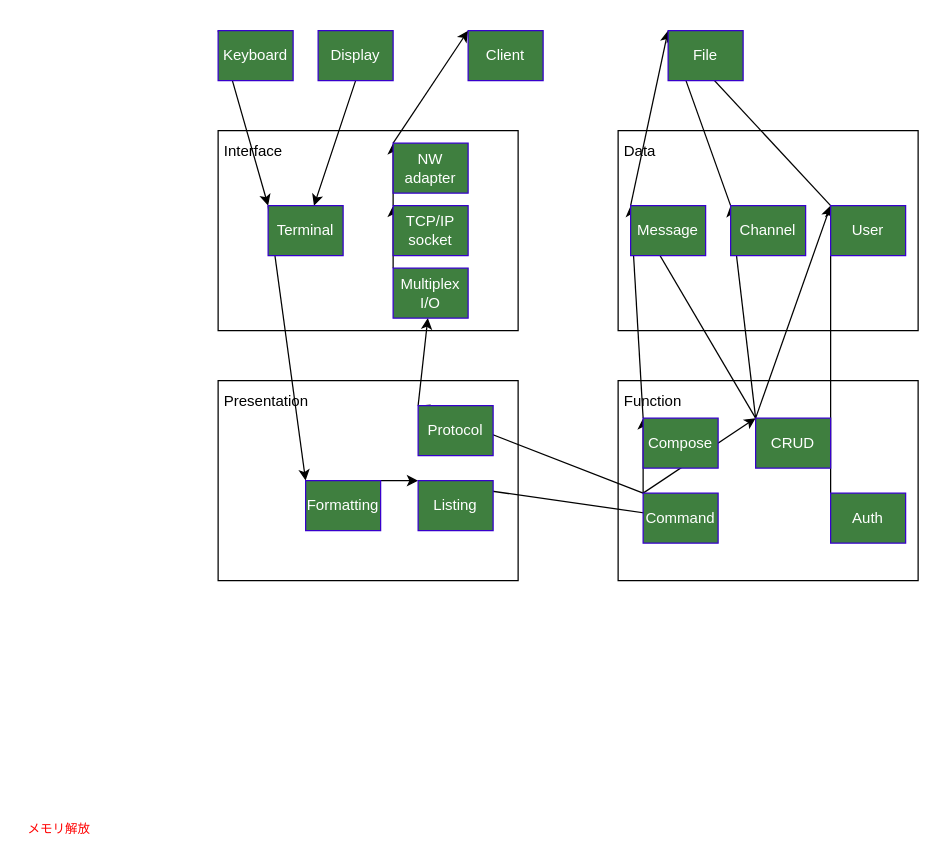
This is page "Class" (2 of 2) of irc_design.drawio from yunixuma/myIRC, a draw.io file, before an edit. Source tidied: cells renumbered, new cells numbered last; positions are measured from the earlier drawing's top-left corner, leaving out a move shared by most shapes. Both pictures are drawn from the tidied source at 125%, with x=0, y=0 at pixel (21, 30).
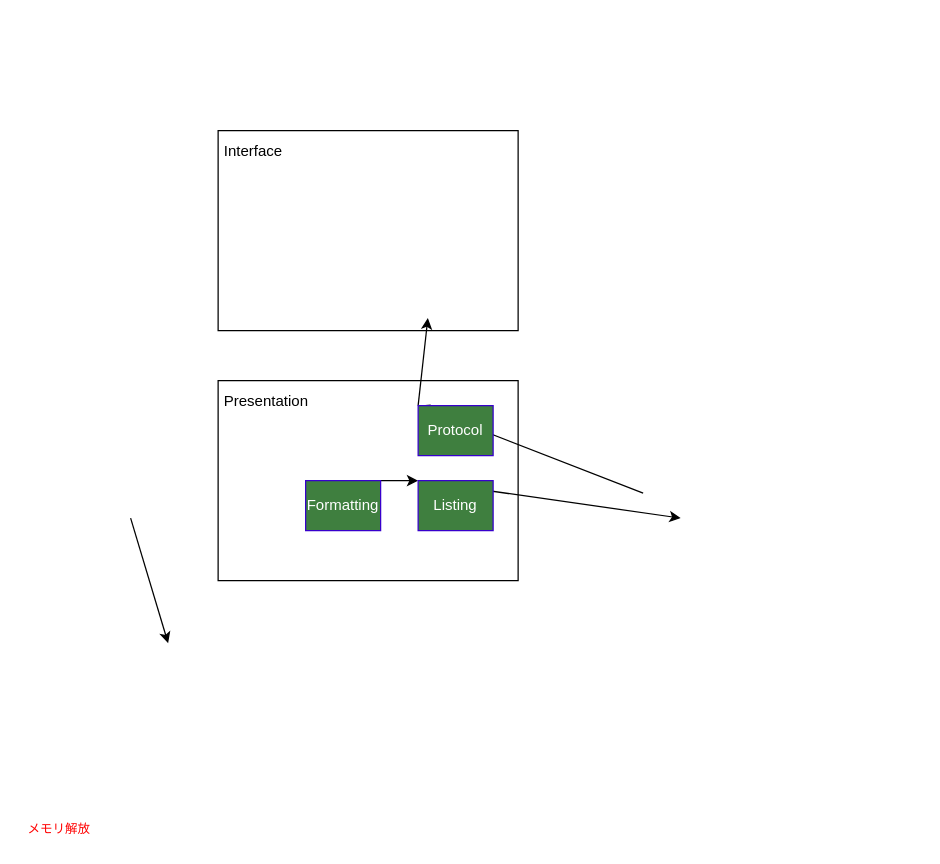
Above is the later version.

The change refers to these unchanged cells:
```xml
<mxCell id="29" value="Formatting" style="rounded=0;whiteSpace=wrap;html=1;fillColor=#3F7F3F;fontColor=#ffffff;strokeColor=#3700CC;" parent="1" vertex="1">
  <mxGeometry x="227" y="360" width="60" height="40" as="geometry" />
</mxCell>
<mxCell id="41" value="Protocol" style="rounded=0;whiteSpace=wrap;html=1;fillColor=#3F7F3F;fontColor=#ffffff;strokeColor=#3700CC;" parent="1" vertex="1">
  <mxGeometry x="317" y="300" width="60" height="40" as="geometry" />
</mxCell>
```

Change to the diagram source:
```diff
@@
-    <mxCell id="3" value="Data" style="labelPosition=center;verticalLabelPosition=middle;align=left;verticalAlign=top;spacingTop=0;spacingLeft=0;spacingRight=0;spacing=5;" parent="1" vertex="1">
-      <mxGeometry x="477" y="80" width="240" height="160" as="geometry" />
-    </mxCell>
-    <mxCell id="4" value="Function" style="labelPosition=center;verticalLabelPosition=middle;align=left;verticalAlign=top;spacingTop=0;spacingLeft=0;spacingRight=0;spacing=5;" parent="1" vertex="1">
-      <mxGeometry x="477" y="280" width="240" height="160" as="geometry" />
-    </mxCell>
@@
-    <mxCell id="6" style="edgeStyle=none;html=1;exitX=0;exitY=0;exitDx=0;exitDy=0;entryX=0;entryY=0;entryDx=0;entryDy=0;" parent="1" edge="1" source="11" target="29">
-      <mxGeometry relative="1" as="geometry" />
+    <mxCell id="6" style="edgeStyle=none;html=1;" parent="1" edge="1">
+      <mxGeometry relative="1" as="geometry">
+        <mxPoint x="87" y="390" as="sourcePoint" />
+        <mxPoint x="117" y="490" as="targetPoint" />
+      </mxGeometry>
     </mxCell>
-    <mxCell id="7" style="edgeStyle=none;html=1;exitX=0;exitY=0;exitDx=0;exitDy=0;entryX=0;entryY=0;entryDx=0;entryDy=0;" parent="1" edge="1" source="27" target="26">
-      <mxGeometry relative="1" as="geometry" />
-    </mxCell>
-    <mxCell id="8" style="edgeStyle=none;html=1;exitX=0.5;exitY=1;exitDx=0;exitDy=0;" parent="1" edge="1" source="23" target="11">
-      <mxGeometry relative="1" as="geometry" />
-    </mxCell>
-    <mxCell id="9" style="edgeStyle=none;html=1;entryX=0;entryY=0;entryDx=0;entryDy=0;exitX=0;exitY=0;exitDx=0;exitDy=0;" parent="1" edge="1" source="24" target="11">
-      <mxGeometry relative="1" as="geometry" />
-    </mxCell>
@@
-    <mxCell id="11" value="Terminal" style="rounded=0;whiteSpace=wrap;html=1;fillColor=#3F7F3F;fontColor=#ffffff;strokeColor=#3700CC;" parent="1" vertex="1">
-      <mxGeometry x="197" y="140" width="60" height="40" as="geometry" />
-    </mxCell>
-    <mxCell id="12" style="edgeStyle=none;html=1;exitX=0;exitY=0;exitDx=0;exitDy=0;entryX=0;entryY=0;entryDx=0;entryDy=0;" parent="1" edge="1" source="38" target="44">
-      <mxGeometry relative="1" as="geometry" />
-    </mxCell>
-    <mxCell id="13" style="edgeStyle=none;html=1;exitX=0;exitY=0;exitDx=0;exitDy=0;entryX=0;entryY=0;entryDx=0;entryDy=0;" parent="1" edge="1" source="26" target="25">
-      <mxGeometry relative="1" as="geometry" />
-    </mxCell>
-    <mxCell id="14" style="edgeStyle=none;html=1;exitX=0;exitY=0;exitDx=0;exitDy=0;entryX=0;entryY=0;entryDx=0;entryDy=0;" parent="1" edge="1" source="36" target="42">
-      <mxGeometry relative="1" as="geometry" />
-    </mxCell>
-    <mxCell id="15" style="edgeStyle=none;html=1;exitX=0;exitY=0;exitDx=0;exitDy=0;entryX=0;entryY=0;entryDx=0;entryDy=0;" parent="1" edge="1" source="36" target="43">
-      <mxGeometry relative="1" as="geometry" />
-    </mxCell>
-    <mxCell id="16" style="edgeStyle=none;html=1;exitX=0;exitY=0;exitDx=0;exitDy=0;entryX=0;entryY=0;entryDx=0;entryDy=0;" parent="1" edge="1" source="36" target="44">
-      <mxGeometry relative="1" as="geometry" />
-    </mxCell>
@@
-    <mxCell id="18" style="edgeStyle=none;html=1;exitX=0;exitY=0;exitDx=0;exitDy=0;" parent="1" edge="1" source="41" target="28">
-      <mxGeometry relative="1" as="geometry" />
+    <mxCell id="18" style="edgeStyle=none;html=1;exitX=0;exitY=0;exitDx=0;exitDy=0;" parent="1" edge="1" source="41">
+      <mxGeometry relative="1" as="geometry">
+        <mxPoint x="324.8" y="230" as="targetPoint" />
+      </mxGeometry>
     </mxCell>
-    <mxCell id="19" style="edgeStyle=none;html=1;exitX=0;exitY=0;exitDx=0;exitDy=0;entryX=0;entryY=0;entryDx=0;entryDy=0;" parent="1" edge="1" source="42" target="30">
-      <mxGeometry relative="1" as="geometry" />
-    </mxCell>
-    <mxCell id="20" style="edgeStyle=none;html=1;exitX=0;exitY=0;exitDx=0;exitDy=0;entryX=0;entryY=0;entryDx=0;entryDy=0;" parent="1" edge="1" source="28" target="27">
-      <mxGeometry relative="1" as="geometry" />
-    </mxCell>
-    <mxCell id="21" style="edgeStyle=none;html=1;exitX=0;exitY=0;exitDx=0;exitDy=0;entryX=0;entryY=0;entryDx=0;entryDy=0;" parent="1" edge="1" source="43" target="30">
-      <mxGeometry relative="1" as="geometry" />
-    </mxCell>
-    <mxCell id="22" style="edgeStyle=none;html=1;exitX=0;exitY=0;exitDx=0;exitDy=0;entryX=0;entryY=0;entryDx=0;entryDy=0;" parent="1" edge="1" source="44" target="30">
-      <mxGeometry relative="1" as="geometry" />
-    </mxCell>
-    <mxCell id="23" value="Display" style="rounded=0;whiteSpace=wrap;html=1;fillColor=#3F7F3F;fontColor=#ffffff;strokeColor=#3700CC;" parent="1" vertex="1">
-      <mxGeometry x="237" width="60" height="40" as="geometry" />
-    </mxCell>
-    <mxCell id="24" value="Keyboard" style="rounded=0;whiteSpace=wrap;html=1;fillColor=#3F7F3F;fontColor=#ffffff;strokeColor=#3700CC;" parent="1" vertex="1">
-      <mxGeometry x="157" width="60" height="40" as="geometry" />
-    </mxCell>
-    <mxCell id="25" value="Client" style="rounded=0;whiteSpace=wrap;html=1;fillColor=#3F7F3F;fontColor=#ffffff;strokeColor=#3700CC;" parent="1" vertex="1">
-      <mxGeometry x="357" width="60" height="40" as="geometry" />
-    </mxCell>
-    <mxCell id="26" value="NW&lt;br&gt;adapter" style="rounded=0;whiteSpace=wrap;html=1;fillColor=#3F7F3F;fontColor=#ffffff;strokeColor=#3700CC;" parent="1" vertex="1">
-      <mxGeometry x="297" y="90" width="60" height="40" as="geometry" />
-    </mxCell>
-    <mxCell id="27" value="TCP/IP&lt;br&gt;socket" style="rounded=0;whiteSpace=wrap;html=1;fillColor=#3F7F3F;fontColor=#ffffff;strokeColor=#3700CC;" parent="1" vertex="1">
-      <mxGeometry x="297" y="140" width="60" height="40" as="geometry" />
-    </mxCell>
-    <mxCell id="28" value="Multiplex&lt;br&gt;I/O" style="rounded=0;whiteSpace=wrap;html=1;fillColor=#3F7F3F;fontColor=#ffffff;strokeColor=#3700CC;" parent="1" vertex="1">
-      <mxGeometry x="297" y="190" width="60" height="40" as="geometry" />
-    </mxCell>
@@
-    <mxCell id="30" value="File" style="rounded=0;whiteSpace=wrap;html=1;fillColor=#3F7F3F;fontColor=#ffffff;strokeColor=#3700CC;" parent="1" vertex="1">
-      <mxGeometry x="517" width="60" height="40" as="geometry" />
-    </mxCell>
-    <mxCell id="31" style="edgeStyle=none;html=1;entryX=0;entryY=0;entryDx=0;entryDy=0;exitX=0;exitY=0;exitDx=0;exitDy=0;" parent="1" edge="1" source="37" target="42">
-      <mxGeometry relative="1" as="geometry" />
-    </mxCell>
-    <mxCell id="32" style="edgeStyle=none;html=1;exitX=0;exitY=0;exitDx=0;exitDy=0;entryX=0;entryY=0;entryDx=0;entryDy=0;" parent="1" edge="1" source="39" target="36">
-      <mxGeometry relative="1" as="geometry" />
-    </mxCell>
@@
-    <mxCell id="34" style="edgeStyle=none;html=1;exitX=0;exitY=0;exitDx=0;exitDy=0;entryX=0;entryY=0;entryDx=0;entryDy=0;" parent="1" edge="1" source="39" target="37">
-      <mxGeometry relative="1" as="geometry" />
-    </mxCell>
-    <mxCell id="35" style="edgeStyle=none;html=1;exitX=0;exitY=0;exitDx=0;exitDy=0;entryX=0;entryY=0;entryDx=0;entryDy=0;" parent="1" edge="1" source="39" target="41">
-      <mxGeometry relative="1" as="geometry" />
+    <mxCell id="35" style="edgeStyle=none;html=1;exitX=0;exitY=0;exitDx=0;exitDy=0;entryX=0;entryY=0;entryDx=0;entryDy=0;" parent="1" edge="1" target="41">
+      <mxGeometry relative="1" as="geometry">
+        <mxPoint x="497" y="370" as="sourcePoint" />
+      </mxGeometry>
     </mxCell>
-    <mxCell id="36" value="CRUD" style="rounded=0;whiteSpace=wrap;html=1;fillColor=#3F7F3F;fontColor=#ffffff;strokeColor=#3700CC;" parent="1" vertex="1">
-      <mxGeometry x="587" y="310" width="60" height="40" as="geometry" />
-    </mxCell>
-    <mxCell id="37" value="Compose" style="rounded=0;whiteSpace=wrap;html=1;fillColor=#3F7F3F;fontColor=#ffffff;strokeColor=#3700CC;" parent="1" vertex="1">
-      <mxGeometry x="497" y="310" width="60" height="40" as="geometry" />
-    </mxCell>
-    <mxCell id="38" value="Auth" style="rounded=0;whiteSpace=wrap;html=1;fillColor=#3F7F3F;fontColor=#ffffff;strokeColor=#3700CC;" parent="1" vertex="1">
-      <mxGeometry x="647" y="370" width="60" height="40" as="geometry" />
-    </mxCell>
-    <mxCell id="39" value="Command" style="rounded=0;whiteSpace=wrap;html=1;fillColor=#3F7F3F;fontColor=#ffffff;strokeColor=#3700CC;" parent="1" vertex="1">
-      <mxGeometry x="497" y="370" width="60" height="40" as="geometry" />
-    </mxCell>
@@
-    <mxCell id="42" value="Message" style="rounded=0;whiteSpace=wrap;html=1;fillColor=#3F7F3F;fontColor=#ffffff;strokeColor=#3700CC;" parent="1" vertex="1">
-      <mxGeometry x="487" y="140" width="60" height="40" as="geometry" />
-    </mxCell>
-    <mxCell id="43" value="Channel" style="rounded=0;whiteSpace=wrap;html=1;fillColor=#3F7F3F;fontColor=#ffffff;strokeColor=#3700CC;" parent="1" vertex="1">
-      <mxGeometry x="567" y="140" width="60" height="40" as="geometry" />
-    </mxCell>
-    <mxCell id="44" value="User" style="rounded=0;whiteSpace=wrap;html=1;fillColor=#3F7F3F;fontColor=#ffffff;strokeColor=#3700CC;" parent="1" vertex="1">
-      <mxGeometry x="647" y="140" width="60" height="40" as="geometry" />
-    </mxCell>
```
